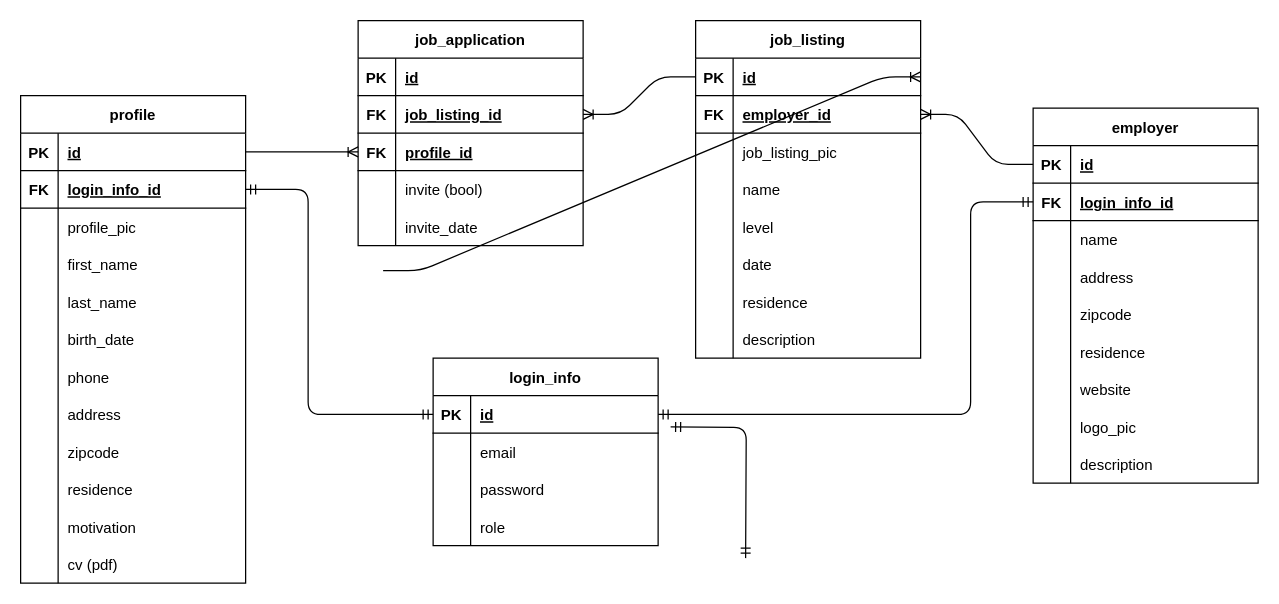
Before: assets/data/ERD.drawio in vincentlemstra/VacIT, a draw.io diagram. Source tidied: cells renumbered, new cells numbered last; positions are measured from the earlier drawing's top-left corner, leaving out a move shared by most shapes. Both pictures are drawn from the tidied source at 125%, with x=0, y=0 at pixel (20, 20).
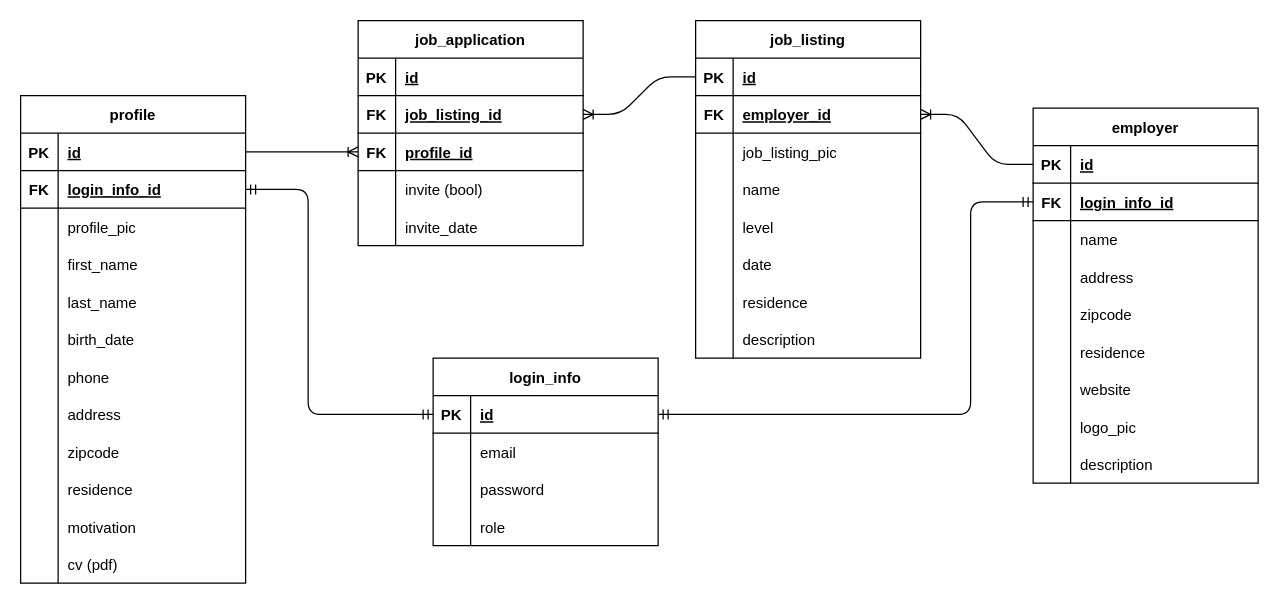
Above is the later version.

Unchanged cells that the change refers to:
```xml
<mxCell id="68" style="shape=tableRow;horizontal=0;startSize=0;swimlaneHead=0;swimlaneBody=0;fillColor=none;points=[[0,0.5],[1,0.5]];portConstraint=eastwest;top=0;left=0;right=0;bottom=1;" parent="67" vertex="1">
  <mxGeometry y="30" width="180" height="30" as="geometry" />
</mxCell>
```

Diff of the diagram source:
```diff
@@
-    <mxCell id="92" style="edgeStyle=entityRelationEdgeStyle;fontSize=12;html=1;endArrow=ERoneToMany;exitX=0;exitY=0.5;exitDx=0;exitDy=0;entryX=1;entryY=0.5;entryDx=0;entryDy=0;" parent="1" edge="1" target="68">
-      <mxGeometry relative="1" as="geometry">
-        <mxPoint x="290" y="200" as="sourcePoint" />
-      </mxGeometry>
-    </mxCell>
@@
-    <mxCell id="127" style="edgeStyle=orthogonalEdgeStyle;fontSize=12;html=1;endArrow=ERmandOne;startArrow=ERmandOne;entryX=0;entryY=0.5;entryDx=0;entryDy=0;exitX=1;exitY=0.5;exitDx=0;exitDy=0;" parent="1" edge="1">
-      <mxGeometry relative="1" as="geometry">
-        <mxPoint x="520" y="325" as="sourcePoint" />
-        <mxPoint x="580" y="430" as="targetPoint" />
-      </mxGeometry>
-    </mxCell>
```
